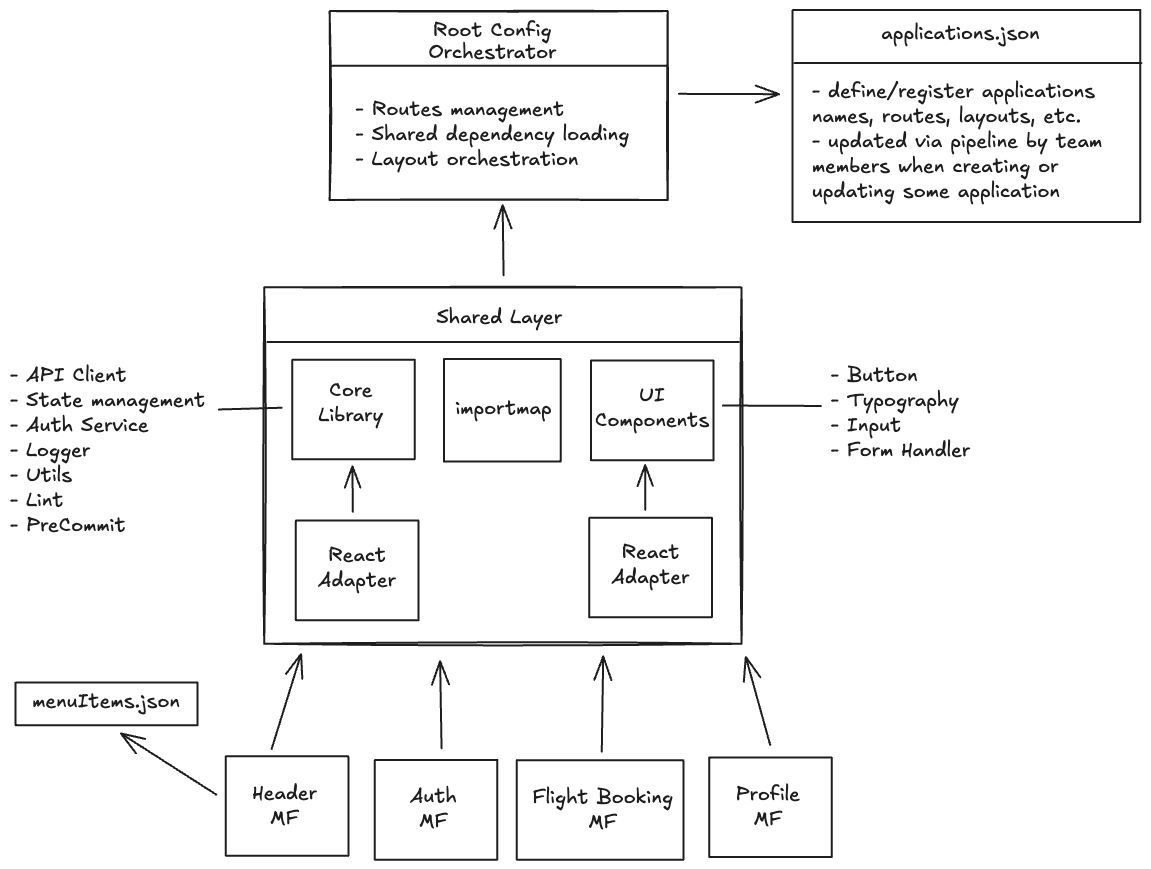
This is profile/project-architecture.excalidraw.png from skymfe/.github, a Excalidraw export, as it was before one commit. Source tidied: one line per element, renumbered; positions are measured from the earlier drawing's top-left corner, leaving out a move shared by most shapes.
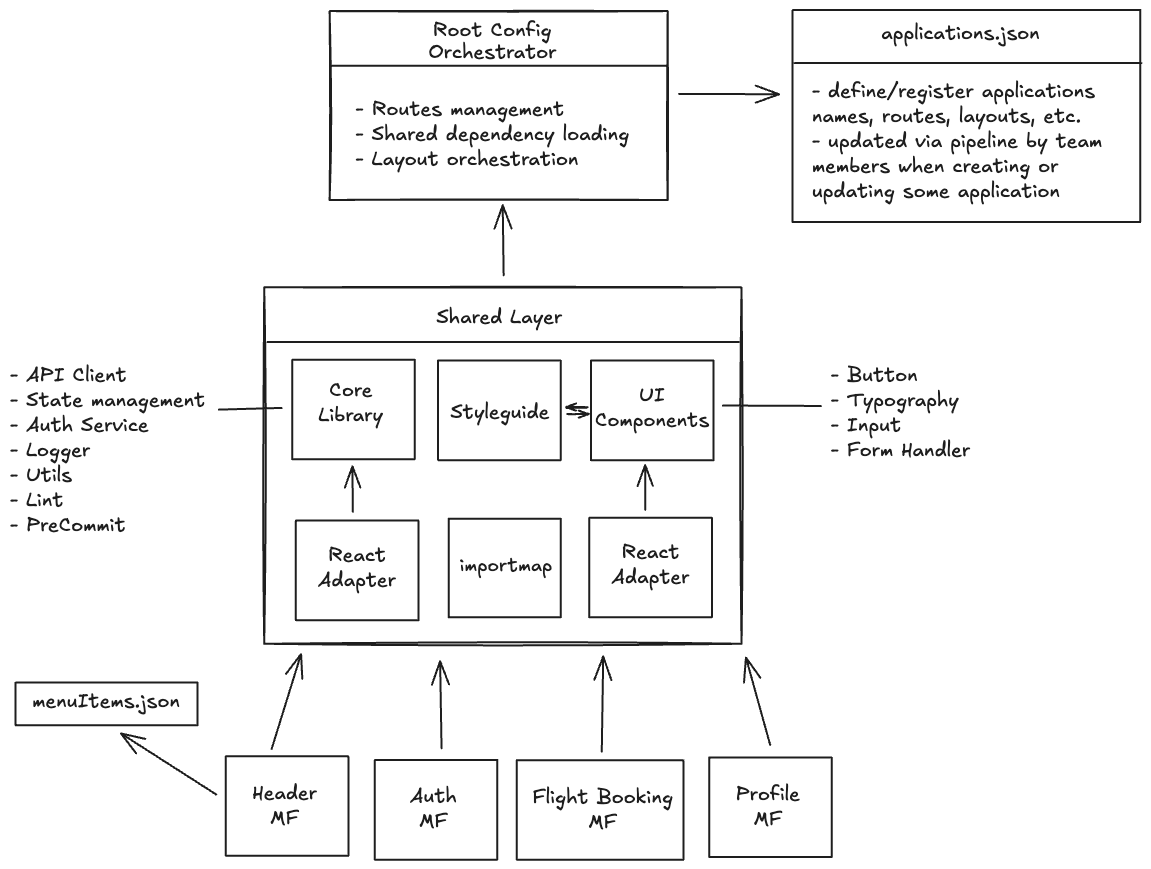
After the commit.

Commit message:
chore: update project architecture diagram with new changes

Change to the diagram source:
```diff
@@ -21,7 +21,7 @@
 {"id": 20, "type": "arrow", "strokeColor": "#1e1e1e", "strokeWidth": 2, "roughness": 0, "endArrowhead": "arrow", "round": true, "from": 12, "to": 5, "x": 262, "y": 739, "width": 29, "height": 95, "points": [[0, 0], [29, -95]]}
 {"id": 21, "type": "arrow", "strokeColor": "#1e1e1e", "strokeWidth": 2, "roughness": 0, "endArrowhead": "arrow", "round": true, "from": 14, "to": 5, "x": 432, "y": 738, "width": 1, "height": 87, "points": [[0, 0], [-1, -87]]}
 {"id": 22, "type": "arrow", "strokeColor": "#1e1e1e", "strokeWidth": 2, "roughness": 0, "endArrowhead": "arrow", "round": true, "from": 16, "to": 5, "x": 592, "y": 742, "width": 1, "height": 95, "points": [[0, 0], [1, -95]]}
-{"id": 23, "type": "arrow", "strokeColor": "#1e1e1e", "strokeWidth": 2, "roughness": 0, "endArrowhead": "arrow", "round": true, "from": 18, "to": 5, "x": 760, "y": 735, "width": 24, "height": 88, "points": [[0, 0], [-24, -88]]}
+{"id": 23, "type": "arrow", "strokeColor": "#1e1e1e", "strokeWidth": 2, "roughness": 0, "endArrowhead": "arrow", "round": true, "from": 18, "to": 5, "x": 760, "y": 735, "width": 24, "height": 87, "points": [[0, 0], [-24, -87]]}
 {"id": 24, "type": "arrow", "strokeColor": "#1e1e1e", "strokeWidth": 2, "roughness": 0, "endArrowhead": "arrow", "round": true, "from": 5, "to": 0, "x": 494, "y": 265, "width": 1, "height": 70, "points": [[0, 0], [-1, -70]]}
 {"id": 25, "type": "rectangle", "strokeColor": "#1e1e1e", "strokeWidth": 2, "roughness": 0, "x": 282, "y": 350, "width": 123, "height": 100}
 {"id": 26, "type": "text", "text": "Core\nLibrary", "strokeColor": "#1e1e1e", "strokeWidth": 2, "roughness": 0, "fontSize": 20, "fontFamily": 5, "textAlign": "center", "x": 309, "y": 368, "width": 65, "height": 50}
@@ -40,6 +40,9 @@
 {"id": 39, "type": "line", "strokeColor": "#1e1e1e", "strokeWidth": 2, "roughness": 0, "x": 784, "y": 53, "width": 347, "height": 0, "points": [[0, 0], [347, 0]]}
 {"id": 40, "type": "text", "text": "menuItems.json", "strokeColor": "#1e1e1e", "strokeWidth": 2, "roughness": 0, "fontSize": 20, "fontFamily": 5, "x": 22, "y": 679, "width": 148, "height": 25}
 {"id": 41, "type": "rectangle", "strokeColor": "#1e1e1e", "strokeWidth": 2, "roughness": 0, "x": 5, "y": 672, "width": 182, "height": 43}
-{"id": 42, "type": "arrow", "strokeColor": "#1e1e1e", "strokeWidth": 2, "roughness": 0, "endArrowhead": "arrow", "round": true, "from": 12, "to": 41, "x": 206, "y": 785, "width": 96, "height": 61, "points": [[0, 0], [-96, -61]]}
+{"id": 42, "type": "arrow", "strokeColor": "#1e1e1e", "strokeWidth": 2, "roughness": 0, "endArrowhead": "arrow", "round": true, "from": 12, "to": 41, "x": 206, "y": 785, "width": 95, "height": 61, "points": [[0, 0], [-95, -61]]}
-{"id": 43, "type": "rectangle", "strokeColor": "#1e1e1e", "strokeWidth": 2, "roughness": 0, "x": 434, "y": 349, "width": 117, "height": 103}
+{"id": 43, "type": "rectangle", "strokeColor": "#1e1e1e", "strokeWidth": 2, "roughness": 0, "x": 439, "y": 509, "width": 112, "height": 99}
-{"id": 44, "type": "text", "text": "importmap", "strokeColor": "#1e1e1e", "strokeWidth": 2, "roughness": 0, "fontSize": 20, "fontFamily": 5, "textAlign": "center", "x": 445, "y": 386, "width": 96, "height": 25}
+{"id": 44, "type": "text", "text": "importmap", "strokeColor": "#1e1e1e", "strokeWidth": 2, "roughness": 0, "fontSize": 19.23, "fontFamily": 5, "textAlign": "center", "x": 450, "y": 544, "width": 93, "height": 24}
+{"id": 45, "type": "rectangle", "strokeColor": "#1e1e1e", "strokeWidth": 2, "roughness": 0, "x": 428, "y": 351, "width": 123, "height": 100}
+{"id": 46, "type": "text", "text": "Styleguide", "strokeColor": "#1e1e1e", "strokeWidth": 2, "roughness": 0, "fontSize": 20, "fontFamily": 5, "textAlign": "center", "x": 440, "y": 390, "width": 99, "height": 25}
+{"id": 47, "type": "arrow", "strokeColor": "#1e1e1e", "strokeWidth": 2, "roughness": 1, "endArrowhead": "arrow", "round": true, "from": 31, "to": 45, "x": 577, "y": 398, "width": 21, "height": 0, "points": [[0, 0], [-21, 0]]}
```
